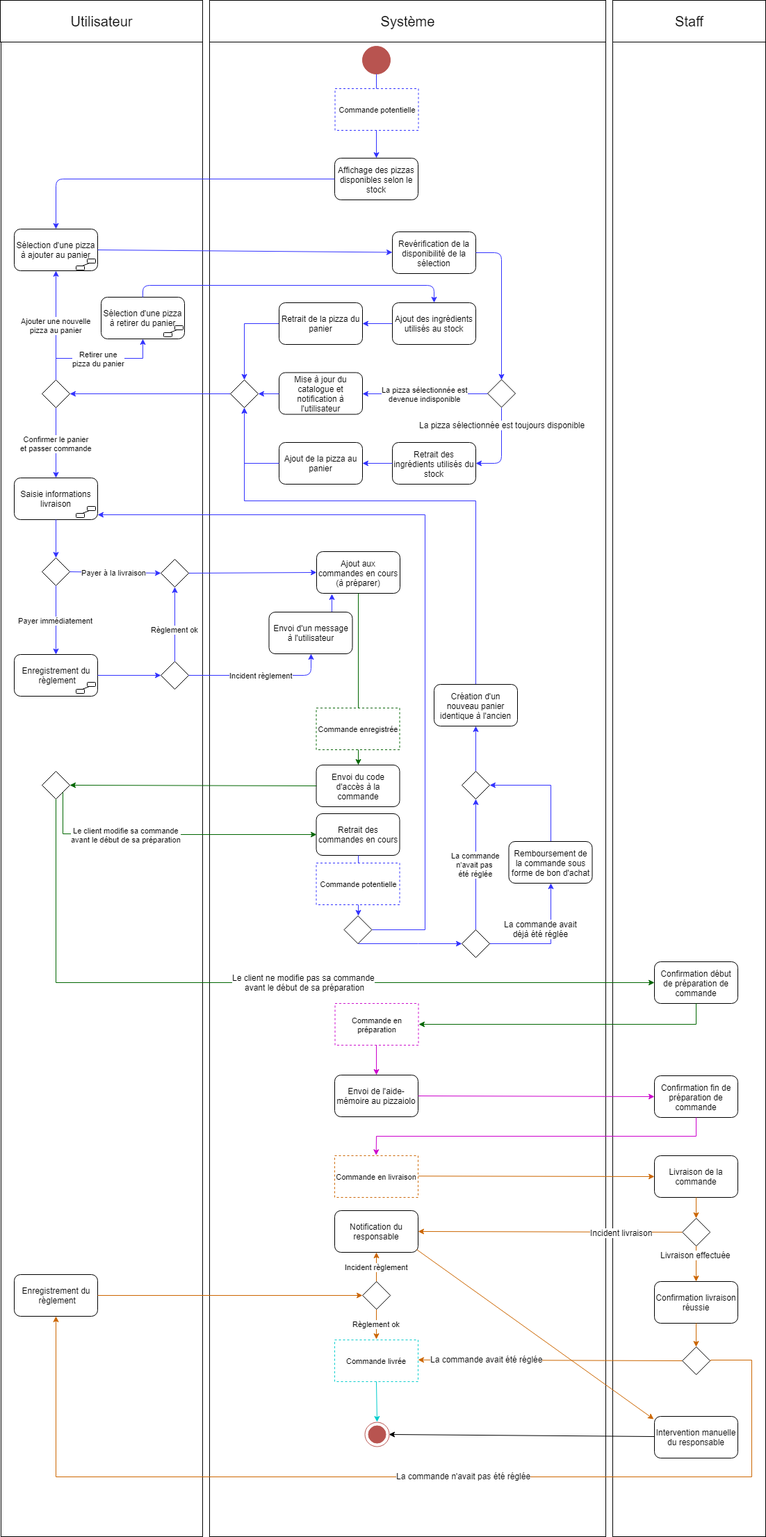
Above: Diagrammes/Cycle de vie d'une commande.png in Siridian/OCPizzaSpecFonc (draw.io), before the change. Source tidied: cells renumbered, new cells last; positions are measured from the earlier drawing's top-left corner, leaving out a move shared by most shapes.
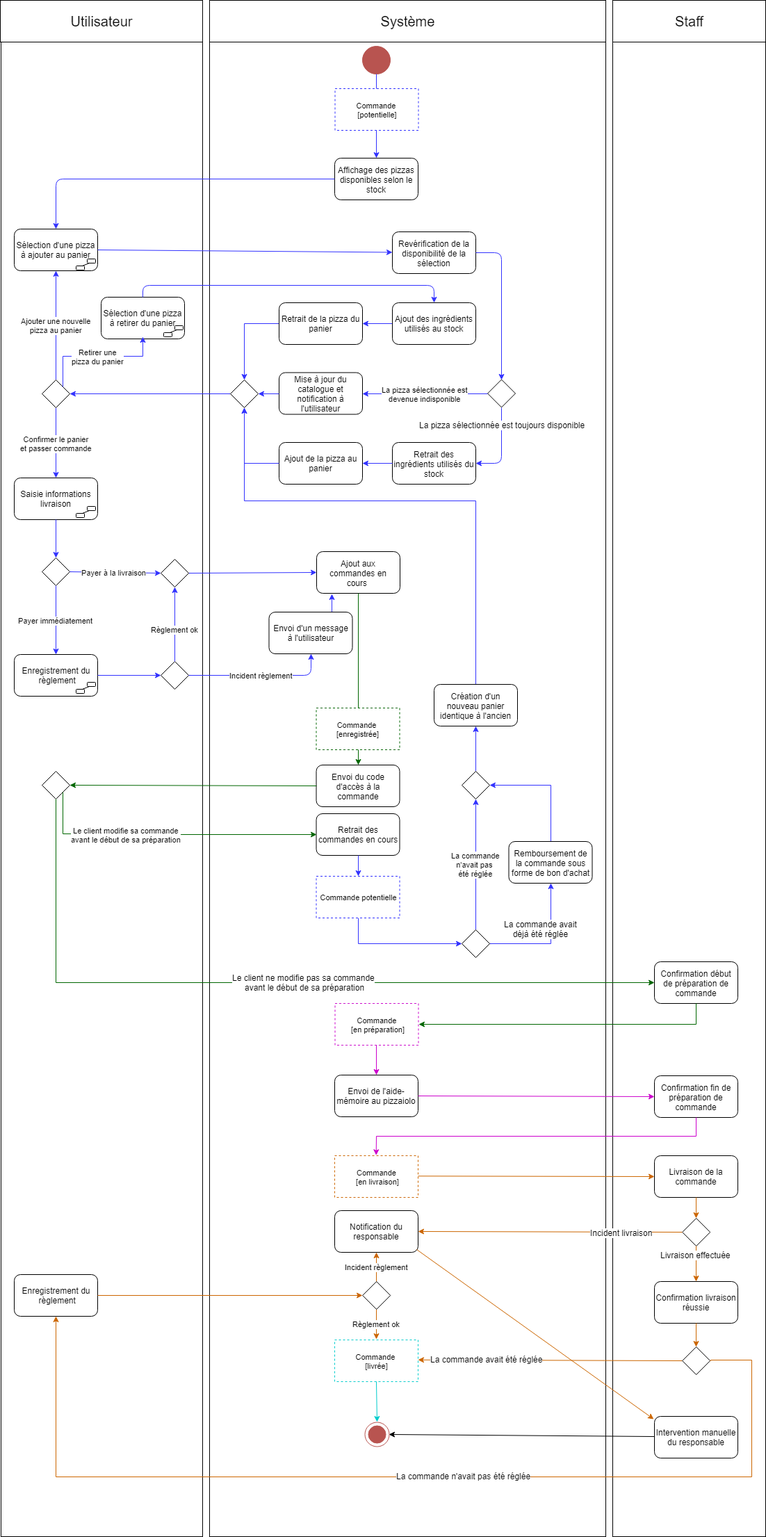
Later version of the same file.

Change to the diagram source:
```diff
@@ -41,7 +41,7 @@
     <mxCell id="14" value="Payer immédiatement" style="endArrow=classic;html=1;exitX=0.5;exitY=1;exitDx=0;exitDy=0;entryX=0.5;entryY=0;entryDx=0;entryDy=0;strokeColor=#3333FF;" parent="1" edge="1" source="10" target="13">
       <mxGeometry relative="1" as="geometry" />
     </mxCell>
-    <mxCell id="15" value="Ajout aux commandes en cours (à préparer)&lt;br&gt;" style="rounded=1;whiteSpace=wrap;html=1;" parent="1" vertex="1">
+    <mxCell id="15" value="Ajout aux commandes en cours&amp;nbsp;&lt;br&gt;" style="rounded=1;whiteSpace=wrap;html=1;" parent="1" vertex="1">
       <mxGeometry x="455" y="793" width="120" height="60" as="geometry" />
     </mxCell>
     <mxCell id="16" value="Revérification de la disponibilité de la sélection" style="rounded=1;whiteSpace=wrap;html=1;" parent="1" vertex="1">
@@ -248,27 +248,13 @@
     <mxCell id="71" value="Remboursement de la commande sous forme de bon d'achat" style="rounded=1;whiteSpace=wrap;html=1;" parent="1" vertex="1">
       <mxGeometry x="731.5" y="1210" width="120" height="60" as="geometry" />
     </mxCell>
-    <mxCell id="72" style="edgeStyle=orthogonalEdgeStyle;rounded=0;jettySize=auto;html=1;exitX=1;exitY=0.5;exitDx=0;exitDy=0;strokeColor=#3333FF;" parent="1" edge="1" source="74">
-      <mxGeometry relative="1" as="geometry">
-        <mxPoint x="140" y="740" as="targetPoint" />
-        <Array as="points">
-          <mxPoint x="611" y="1337" />
-          <mxPoint x="611" y="740" />
-          <mxPoint x="140" y="740" />
-        </Array>
-      </mxGeometry>
-    </mxCell>
-    <mxCell id="73" style="edgeStyle=orthogonalEdgeStyle;rounded=0;jettySize=auto;html=1;exitX=0.5;exitY=1;exitDx=0;exitDy=0;entryX=0;entryY=0.5;entryDx=0;entryDy=0;strokeColor=#3333FF;" parent="1" edge="1" source="74" target="115">
+    <mxCell id="73" style="edgeStyle=orthogonalEdgeStyle;rounded=0;jettySize=auto;html=1;exitX=0.5;exitY=1;exitDx=0;exitDy=0;entryX=0;entryY=0.5;entryDx=0;entryDy=0;strokeColor=#3333FF;" parent="1" edge="1" source="101" target="115">
       <mxGeometry relative="1" as="geometry">
         <Array as="points">
-          <mxPoint x="601" y="1357" />
-          <mxPoint x="601" y="1357" />
+          <mxPoint x="515" y="1357" />
         </Array>
       </mxGeometry>
     </mxCell>
-    <mxCell id="74" style="rhombus;whiteSpace=wrap;html=1;" parent="1" vertex="1">
-      <mxGeometry x="494.5" y="1317" width="40" height="40" as="geometry" />
-    </mxCell>
     <mxCell id="75" style="endArrow=classic;html=1;exitX=0.5;exitY=1;exitDx=0;exitDy=0;entryX=0.5;entryY=0;entryDx=0;entryDy=0;strokeColor=#00CCCC;" parent="1" edge="1" target="95">
       <mxGeometry relative="1" as="geometry">
         <mxPoint x="541" y="1986.1" as="sourcePoint" />
@@ -279,7 +265,7 @@
         <mxPoint x="941" y="2066" as="sourcePoint" />
       </mxGeometry>
     </mxCell>
-    <mxCell id="77" style="edgeStyle=orthogonalEdgeStyle;rounded=0;jettySize=auto;html=1;exitX=0.5;exitY=1;exitDx=0;exitDy=0;entryX=0.5;entryY=0;entryDx=0;entryDy=0;endArrow=classic;endFill=1;strokeColor=#3333FF;" parent="1" edge="1" source="39" target="74">
+    <mxCell id="77" style="edgeStyle=orthogonalEdgeStyle;rounded=0;jettySize=auto;html=1;exitX=0.5;exitY=1;exitDx=0;exitDy=0;entryX=0.5;entryY=0;entryDx=0;entryDy=0;endArrow=classic;endFill=1;strokeColor=#3333FF;" parent="1" edge="1" source="39" target="101">
       <mxGeometry relative="1" as="geometry" />
     </mxCell>
     <mxCell id="78" style="endArrow=classic;html=1;exitX=0.982;exitY=0.937;exitDx=0;exitDy=0;exitPerimeter=0;entryX=-0.009;entryY=0.089;entryDx=0;entryDy=0;entryPerimeter=0;strokeColor=#CC6600;" parent="1" edge="1" source="58">
@@ -331,7 +317,7 @@
         <mxPoint x="-12.5" y="-1" as="offset" />
       </mxGeometry>
     </mxCell>
-    <mxCell id="93" value="Commande potentielle" style="rounded=0;whiteSpace=wrap;html=1;fontSize=11;dashed=1;strokeColor=#3333FF;" parent="1" vertex="1">
+    <mxCell id="93" value="Commande &lt;br&gt;[potentielle]" style="rounded=0;whiteSpace=wrap;html=1;fontSize=11;dashed=1;strokeColor=#3333FF;" parent="1" vertex="1">
       <mxGeometry x="481.5" y="127" width="120" height="60" as="geometry" />
     </mxCell>
     <mxCell id="94" style="rounded=0;jettySize=auto;html=1;exitX=0.5;exitY=1;exitDx=0;exitDy=0;entryX=1;entryY=0.5;entryDx=0;entryDy=0;endArrow=classic;endFill=1;edgeStyle=orthogonalEdgeStyle;strokeColor=#006600;" parent="1" edge="1" source="35" target="98">
@@ -343,20 +329,20 @@
     <mxCell id="96" style="ellipse;whiteSpace=wrap;html=1;fillColor=#B85450;strokeColor=#b85450;" parent="1" vertex="1">
       <mxGeometry x="529" y="2050" width="25" height="25" as="geometry" />
     </mxCell>
-    <mxCell id="97" value="Commande enregistrée&lt;br&gt;" style="rounded=0;whiteSpace=wrap;html=1;fontSize=11;dashed=1;strokeColor=#006600;" parent="1" vertex="1">
+    <mxCell id="97" value="Commande &lt;br&gt;[enregistrée]&lt;br&gt;" style="rounded=0;whiteSpace=wrap;html=1;fontSize=11;dashed=1;strokeColor=#006600;" parent="1" vertex="1">
       <mxGeometry x="454.5" y="1018" width="120" height="60" as="geometry" />
     </mxCell>
-    <mxCell id="98" value="Commande en préparation&lt;br&gt;" style="rounded=0;whiteSpace=wrap;html=1;fontSize=11;dashed=1;strokeColor=#CC00CC;" parent="1" vertex="1">
+    <mxCell id="98" value="Commande &lt;br&gt;[en préparation]&lt;br&gt;" style="rounded=0;whiteSpace=wrap;html=1;fontSize=11;dashed=1;strokeColor=#CC00CC;" parent="1" vertex="1">
       <mxGeometry x="481.5" y="1443" width="120" height="60" as="geometry" />
     </mxCell>
-    <mxCell id="99" value="Commande livrée&lt;br&gt;" style="rounded=0;whiteSpace=wrap;html=1;fontSize=11;dashed=1;strokeColor=#00CCCC;" parent="1" vertex="1">
+    <mxCell id="99" value="Commande &lt;br&gt;[livrée]&lt;br&gt;" style="rounded=0;whiteSpace=wrap;html=1;fontSize=11;dashed=1;strokeColor=#00CCCC;" parent="1" vertex="1">
       <mxGeometry x="481" y="1927" width="120" height="60" as="geometry" />
     </mxCell>
-    <mxCell id="100" value="Commande en livraison&lt;br&gt;" style="rounded=0;whiteSpace=wrap;html=1;fontSize=11;dashed=1;strokeColor=#CC6600;" parent="1" vertex="1">
+    <mxCell id="100" value="Commande &lt;br&gt;[en livraison]&lt;br&gt;" style="rounded=0;whiteSpace=wrap;html=1;fontSize=11;dashed=1;strokeColor=#CC6600;" parent="1" vertex="1">
       <mxGeometry x="481" y="1662" width="120" height="60" as="geometry" />
     </mxCell>
     <mxCell id="101" value="Commande potentielle&lt;br&gt;" style="rounded=0;whiteSpace=wrap;html=1;fontSize=11;dashed=1;strokeColor=#3333FF;" parent="1" vertex="1">
-      <mxGeometry x="454.5" y="1241" width="120" height="60" as="geometry" />
+      <mxGeometry x="454.5" y="1260" width="120" height="60" as="geometry" />
     </mxCell>
     <mxCell id="102" value="Ajouter une nouvelle&lt;br&gt;pizza au panier&lt;br&gt;" style="edgeStyle=orthogonalEdgeStyle;rounded=0;jettySize=auto;html=1;exitX=0.5;exitY=0;exitDx=0;exitDy=0;entryX=0.5;entryY=1;entryDx=0;entryDy=0;strokeColor=#3333FF;fontSize=11;" parent="1" edge="1" source="121" target="8">
       <mxGeometry relative="1" as="geometry" />
@@ -430,11 +416,12 @@
     <mxCell id="125" style="group;" parent="124" vertex="1">
       <mxGeometry x="-186" y="87" width="28" height="16" as="geometry" />
     </mxCell>
-    <mxCell id="126" value="Retirer une&lt;br&gt;pizza du panier&lt;br&gt;" style="edgeStyle=orthogonalEdgeStyle;rounded=0;jettySize=auto;html=1;exitX=0.5;exitY=0;exitDx=0;exitDy=0;strokeColor=#3333FF;fontSize=11;" parent="1" edge="1" source="121" target="123">
+    <mxCell id="126" value="Retirer une&lt;br&gt;pizza du panier&lt;br&gt;" style="edgeStyle=orthogonalEdgeStyle;rounded=0;jettySize=auto;html=1;exitX=1;exitY=0;exitDx=0;exitDy=0;strokeColor=#3333FF;fontSize=11;" parent="1" edge="1" source="121">
       <mxGeometry relative="1" as="geometry">
+        <mxPoint x="205" y="484" as="targetPoint" />
         <Array as="points">
-          <mxPoint x="80" y="515" />
-          <mxPoint x="205" y="515" />
+          <mxPoint x="90" y="512" />
+          <mxPoint x="205" y="512" />
         </Array>
       </mxGeometry>
     </mxCell>
```
